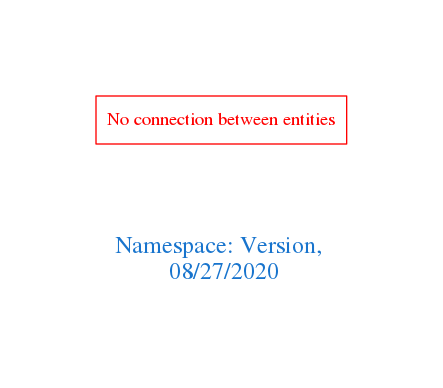
Before: downloads/Version.png, a diagram exported from Graphviz (arago/OGIT). Its source is kept beside it as downloads/Version.dot.
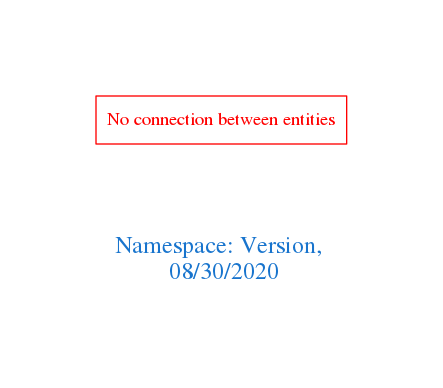
Later version of the same file.

The edit, as a diff of the source:
```diff
@@ -1,7 +1,7 @@
 digraph OGIT_ontology {
  graph [ rankdir= LR,pad=1
 fontsize = 18,
-fontcolor= dodgerblue3,label = "\n\n\nNamespace: Version, \n 08/27/2020"];
+fontcolor= dodgerblue3,label = "\n\n\nNamespace: Version, \n 08/30/2020"];
 node[shape=polygon];
 edge [  color="gray81"];
 
```
